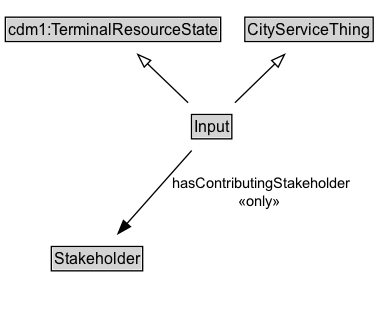
Above: docs/diagrams/Input.dot.png in ISO-TC204/ontology-cdm-p2-v1 (Graphviz), before the change. Its source is kept beside it as docs/diagrams/Input.dot.
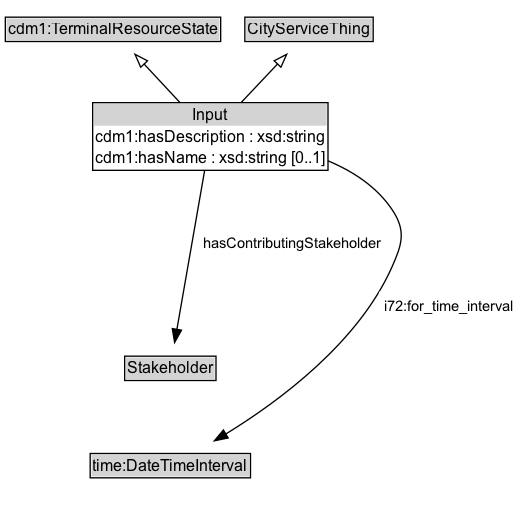
After the change.

Change to the diagram source:
```diff
@@ -3,20 +3,27 @@
 	node [fontname=Arial fontsize=12 margin=0 shape=none]
 	edge [fontname=Arial fontsize=11]
 	{
+		rank=source
+		cdm1_TerminalResourceState [label=<<TABLE BORDER="1" CELLBORDER="0" CELLSPACING="0" CELLPADDING="1"><TR><TD BGCOLOR="lightgray" ALIGN="CENTER">cdm1:TerminalResourceState</TD></TR></TABLE>> URL="https://w3id.org/citydata/part1/v1/TerminalResourceState" margin=0]
+		CityServiceThing [label=<<TABLE BORDER="1" CELLBORDER="0" CELLSPACING="0" CELLPADDING="1"><TR><TD BGCOLOR="lightgray" ALIGN="CENTER">CityServiceThing</TD></TR></TABLE>> URL="../CityServiceThing" margin=0]
+	}
+	Input [label=<<TABLE BORDER="1" CELLBORDER="0" CELLSPACING="0" CELLPADDING="1"><TR><TD BGCOLOR="lightgray" ALIGN="CENTER">Input</TD></TR><TR><TD ALIGN="LEFT">cdm1:hasDescription : xsd:string</TD></TR><TR><TD ALIGN="LEFT">cdm1:hasName : xsd:string [0..1]</TD></TR></TABLE>> URL="../Input" margin=0]
+	{
 		rank=max
-		Input [label=<<TABLE BORDER="1" CELLBORDER="0" CELLSPACING="0" CELLPADDING="1"><TR><TD BGCOLOR="lightgray" ALIGN="CENTER" PORT="e">Input</TD></TR></TABLE>> URL="../Input.md" margin=0]
 	}
 	subgraph cluster_associated {
 		label="" style=invis
 		Invis [label=<<TABLE BORDER="0" CELLBORDER="0" CELLSPACING="0" CELLPADDING="1"><TR><TD></TD></TR></TABLE>> margin=0 style=invis]
-		Stakeholder [label=<<TABLE BORDER="1" CELLBORDER="0" CELLSPACING="0" CELLPADDING="1"><TR><TD BGCOLOR="lightgray" ALIGN="CENTER">Stakeholder</TD></TR></TABLE>> URL="../Stakeholder.md" margin=0]
+		Stakeholder [label=<<TABLE BORDER="1" CELLBORDER="0" CELLSPACING="0" CELLPADDING="1"><TR><TD BGCOLOR="lightgray" ALIGN="CENTER">Stakeholder</TD></TR></TABLE>> URL="../Stakeholder" margin=0]
+		time_DateTimeInterval [label=<<TABLE BORDER="1" CELLBORDER="0" CELLSPACING="0" CELLPADDING="1"><TR><TD BGCOLOR="lightgray" ALIGN="CENTER">time:DateTimeInterval</TD></TR></TABLE>> URL="https://w3id.org/citydata/imported/time/latest/DateTimeInterval" margin=0]
 	}
-	cdm1_TerminalResourceState [label=<<TABLE BORDER="1" CELLBORDER="0" CELLSPACING="0" CELLPADDING="1"><TR><TD BGCOLOR="lightgray" ALIGN="CENTER">cdm1:TerminalResourceState</TD></TR></TABLE>> margin=0]
 	Input -> cdm1_TerminalResourceState [arrowhead=onormal style=solid]
-	CityServiceThing [label=<<TABLE BORDER="1" CELLBORDER="0" CELLSPACING="0" CELLPADDING="1"><TR><TD BGCOLOR="lightgray" ALIGN="CENTER">CityServiceThing</TD></TR></TABLE>> URL="../CityServiceThing.md" margin=0]
 	Input -> CityServiceThing [arrowhead=onormal style=solid]
 	Input -> Invis [style=invis]
 	Invis -> Stakeholder [style=invis]
-	Input -> Stakeholder [label=" hasContributingStakeholder
- «only»  " arrowhead=normal style=solid]
+	Stakeholder -> time_DateTimeInterval [style=invis]
+	Stakeholder [label=<<TABLE BORDER="1" CELLBORDER="0" CELLSPACING="0" CELLPADDING="1"><TR><TD BGCOLOR="lightgray" ALIGN="CENTER">Stakeholder</TD></TR></TABLE>> URL="../Stakeholder" margin=0]
+	Input -> Stakeholder [label=<<TABLE BORDER="0" CELLBORDER="0" CELLSPACING="0" CELLPADDING="4" BGCOLOR="white"><TR><TD ALIGN="CENTER">hasContributingStakeholder</TD></TR></TABLE>> arrowhead=normal style=solid]
+	time_DateTimeInterval [label=<<TABLE BORDER="1" CELLBORDER="0" CELLSPACING="0" CELLPADDING="1"><TR><TD BGCOLOR="lightgray" ALIGN="CENTER">time:DateTimeInterval</TD></TR></TABLE>> URL="https://w3id.org/citydata/imported/time/latest/DateTimeInterval" margin=0]
+	Input -> time_DateTimeInterval [label=<<TABLE BORDER="0" CELLBORDER="0" CELLSPACING="0" CELLPADDING="4" BGCOLOR="white"><TR><TD ALIGN="CENTER">i72:for_time_interval</TD></TR></TABLE>> arrowhead=normal style=solid]
 }
```
